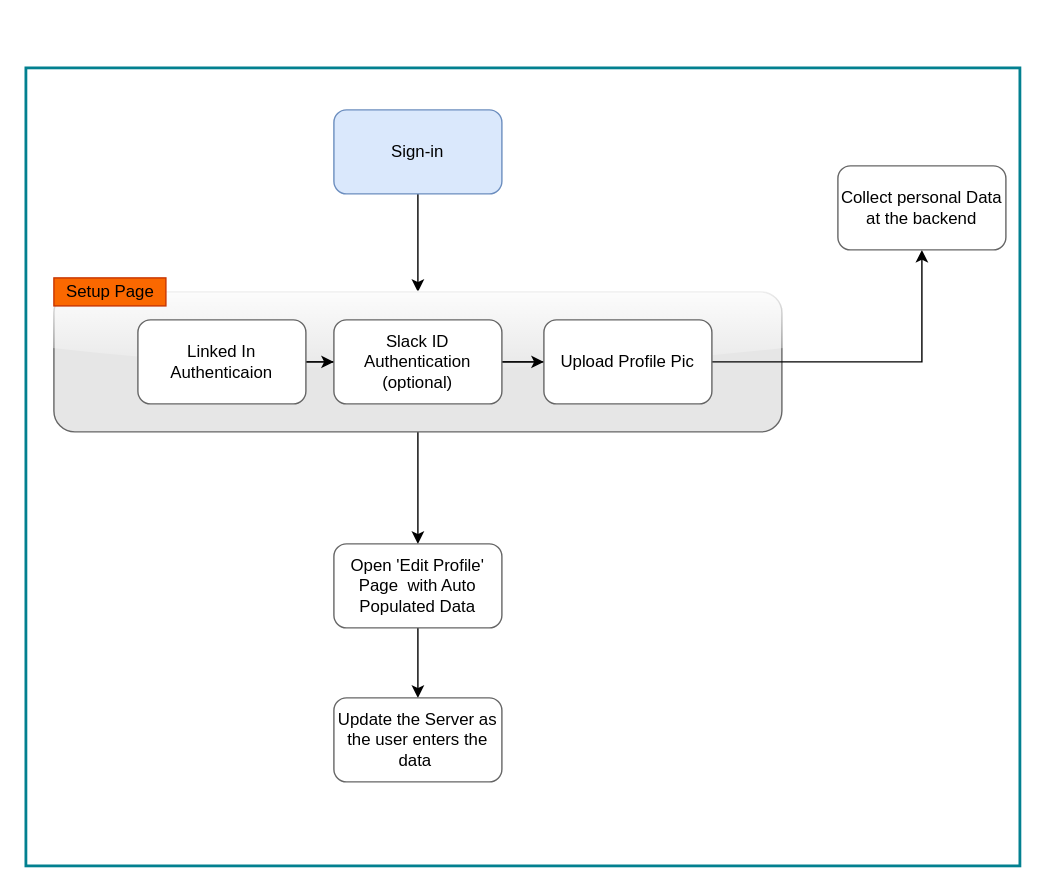
Before: page "Page-2" (2 of 2) of sample.drawio in Arunideas/draw.io, a draw.io diagram. Source tidied: cells renumbered, new cells numbered last; positions are measured from the earlier drawing's top-left corner, leaving out a move shared by most shapes. Both pictures are drawn from the tidied source at 140%, with x=0, y=0 at pixel (25, 67).
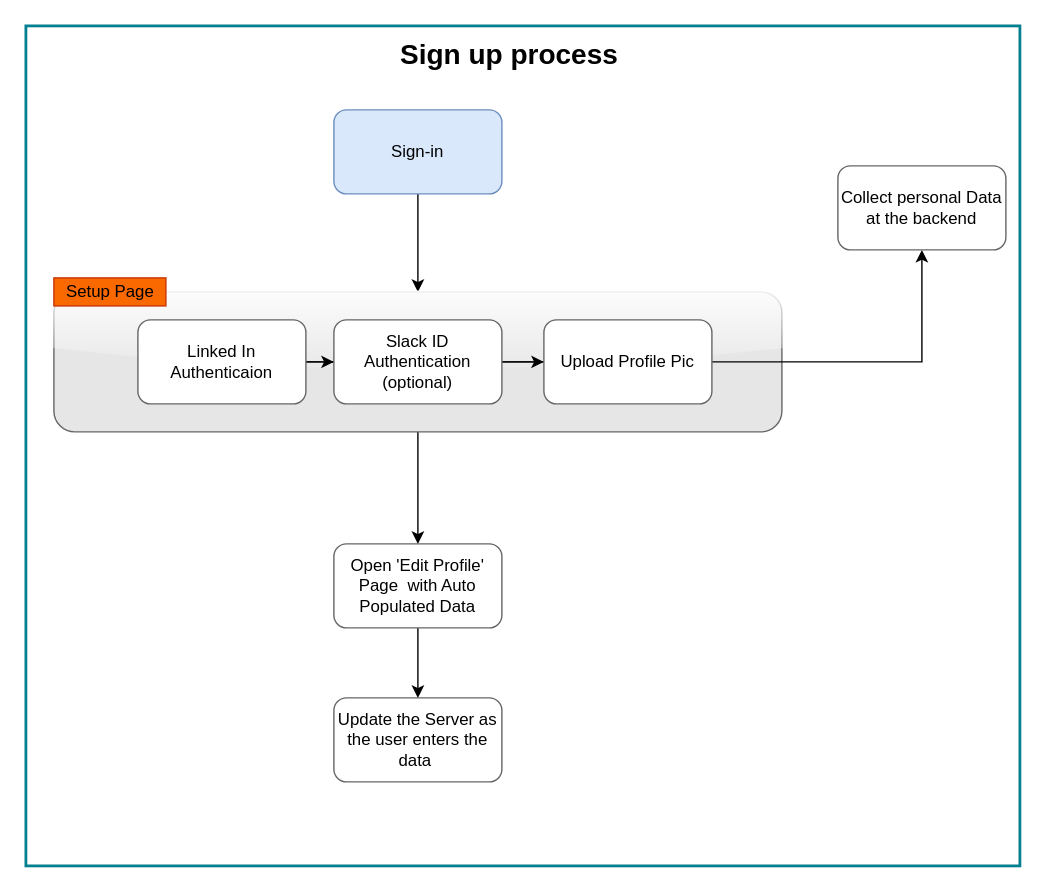
The same diagram, later.

Diff of the diagram source:
```diff
@@
 <mxGraphModel>
   <root>
     <mxCell id="0" />
     <mxCell id="1" parent="0" />
     <mxCell id="2" style="rounded=0;whiteSpace=wrap;html=1;sketch=0;fontColor=#E4FDE1;strokeColor=#028090;fillColor=none;strokeWidth=2;" parent="1" vertex="1">
-      <mxGeometry width="710" height="570" as="geometry" />
+      <mxGeometry y="-30" width="710" height="600" as="geometry" />
     </mxCell>
     <mxCell id="3" style="edgeStyle=orthogonalEdgeStyle;rounded=0;jettySize=auto;html=1;fontSize=12;" parent="1" edge="1" source="4" target="6">
       <mxGeometry relative="1" as="geometry" />
     </mxCell>
     <mxCell id="4" value="Sign-in" style="whiteSpace=wrap;html=1;rounded=1;fontSize=12;strokeColor=#6c8ebf;strokeWidth=1;fillColor=#dae8fc;" parent="1" vertex="1">
       <mxGeometry x="220" y="30" width="120" height="60" as="geometry" />
     </mxCell>
     <mxCell id="5" style="edgeStyle=orthogonalEdgeStyle;rounded=0;jettySize=auto;html=1;entryX=0.5;entryY=0;entryDx=0;entryDy=0;fontSize=12;" parent="1" edge="1" source="6" target="13">
       <mxGeometry relative="1" as="geometry" />
     </mxCell>
     <mxCell id="6" style="whiteSpace=wrap;html=1;strokeColor=#666666;rounded=1;strokeWidth=1;glass=1;fillColor=#E6E6E6;" parent="1" vertex="1">
       <mxGeometry x="20" y="160" width="520" height="100" as="geometry" />
     </mxCell>
     <mxCell id="7" style="edgeStyle=orthogonalEdgeStyle;rounded=0;jettySize=auto;html=1;fontSize=12;" parent="1" edge="1" source="9" target="11">
       <mxGeometry relative="1" as="geometry" />
     </mxCell>
     <mxCell id="8" style="edgeStyle=orthogonalEdgeStyle;rounded=0;jettySize=auto;html=1;fontSize=12;" parent="1" edge="1" source="9" target="15">
       <mxGeometry relative="1" as="geometry" />
     </mxCell>
     <mxCell id="9" value="Linked In Authenticaion" style="whiteSpace=wrap;html=1;strokeColor=#666666;rounded=1;strokeWidth=1;" parent="1" vertex="1">
       <mxGeometry x="80" y="180" width="120" height="60" as="geometry" />
     </mxCell>
     <mxCell id="10" style="edgeStyle=orthogonalEdgeStyle;rounded=0;jettySize=auto;html=1;fontSize=12;" parent="1" edge="1" source="11" target="14">
       <mxGeometry relative="1" as="geometry" />
     </mxCell>
     <mxCell id="11" value="Slack ID Authentication (optional)" style="whiteSpace=wrap;html=1;strokeColor=#666666;rounded=1;strokeWidth=1;" parent="1" vertex="1">
       <mxGeometry x="220" y="180" width="120" height="60" as="geometry" />
     </mxCell>
     <mxCell id="12" style="edgeStyle=orthogonalEdgeStyle;rounded=0;jettySize=auto;html=1;fontSize=12;" parent="1" edge="1" source="13" target="16">
       <mxGeometry relative="1" as="geometry" />
     </mxCell>
     <mxCell id="13" value="Open 'Edit Profile' Page&amp;nbsp; with Auto Populated Data" style="whiteSpace=wrap;html=1;strokeColor=#666666;rounded=1;strokeWidth=1;" parent="1" vertex="1">
       <mxGeometry x="220" y="340" width="120" height="60" as="geometry" />
     </mxCell>
     <mxCell id="14" value="Upload Profile Pic" style="whiteSpace=wrap;html=1;strokeColor=#666666;rounded=1;strokeWidth=1;" parent="1" vertex="1">
       <mxGeometry x="370" y="180" width="120" height="60" as="geometry" />
     </mxCell>
     <mxCell id="15" value="Collect personal Data at the backend" style="whiteSpace=wrap;html=1;strokeColor=#666666;rounded=1;strokeWidth=1;" parent="1" vertex="1">
       <mxGeometry x="580" y="70" width="120" height="60" as="geometry" />
     </mxCell>
     <mxCell id="16" value="Update the Server as the user enters the data&amp;nbsp;" style="whiteSpace=wrap;html=1;strokeColor=#666666;rounded=1;strokeWidth=1;" parent="1" vertex="1">
       <mxGeometry x="220" y="450" width="120" height="60" as="geometry" />
     </mxCell>
     <mxCell id="17" value="Setup Page" style="text;html=1;align=center;verticalAlign=middle;strokeColor=#C73500;fillColor=#fa6800;fontSize=12;fontColor=#000000;" parent="1" vertex="1">
       <mxGeometry x="20" y="150" width="80" height="20" as="geometry" />
     </mxCell>
+    <mxCell id="18" value="&lt;b style=&quot;font-size: 20px;&quot;&gt;&lt;font color=&quot;#000000&quot; style=&quot;font-size: 20px;&quot;&gt;Sign up process&lt;/font&gt;&lt;/b&gt;" style="text;html=1;align=center;verticalAlign=middle;strokeColor=none;fillColor=none;fontColor=#E4FDE1;fontSize=20;" parent="1" vertex="1">
+      <mxGeometry x="260" y="-25" width="170" height="30" as="geometry" />
+    </mxCell>
   </root>
 </mxGraphModel>
```
